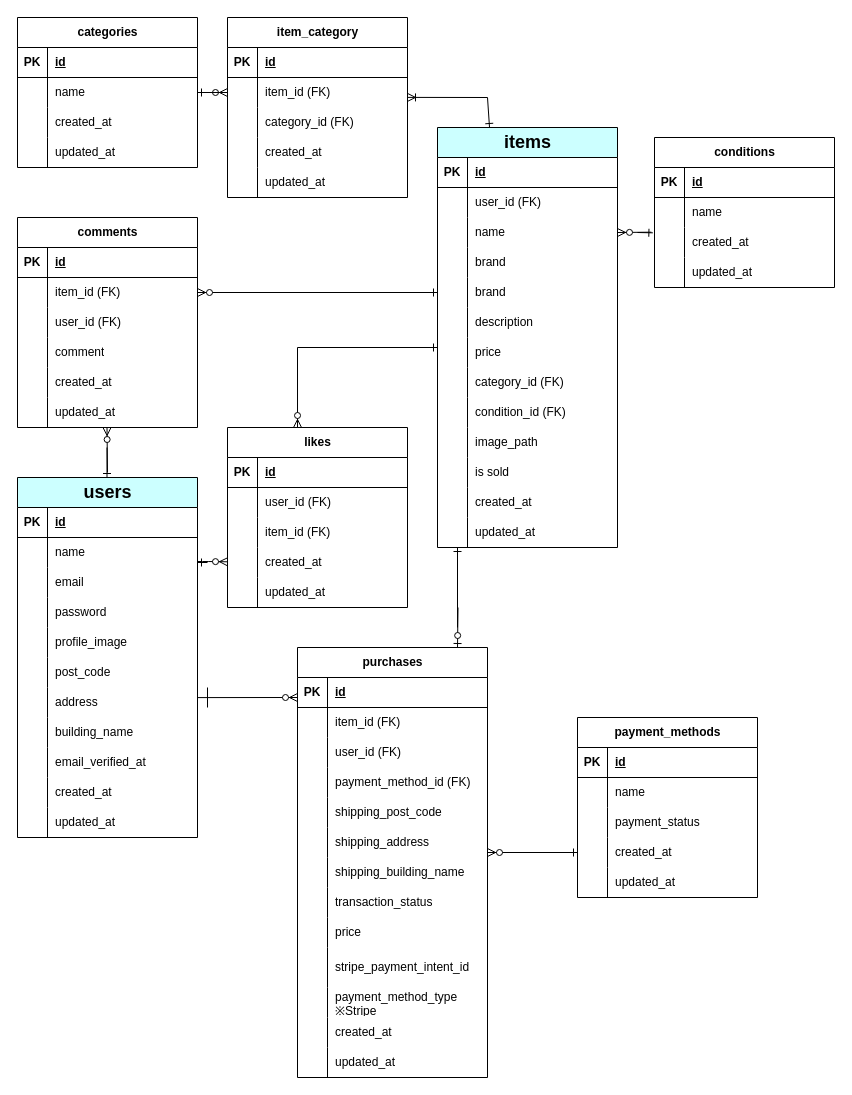
Earlier version of the draw.io diagram er-diagram.drawio (hidama-rika/coachtech-pixel-market). Source tidied: cells renumbered, new cells numbered last; positions are measured from the earlier drawing's top-left corner, leaving out a move shared by most shapes. Both pictures are drawn from the tidied source at 100%, with x=0, y=0 at pixel (17, 17).
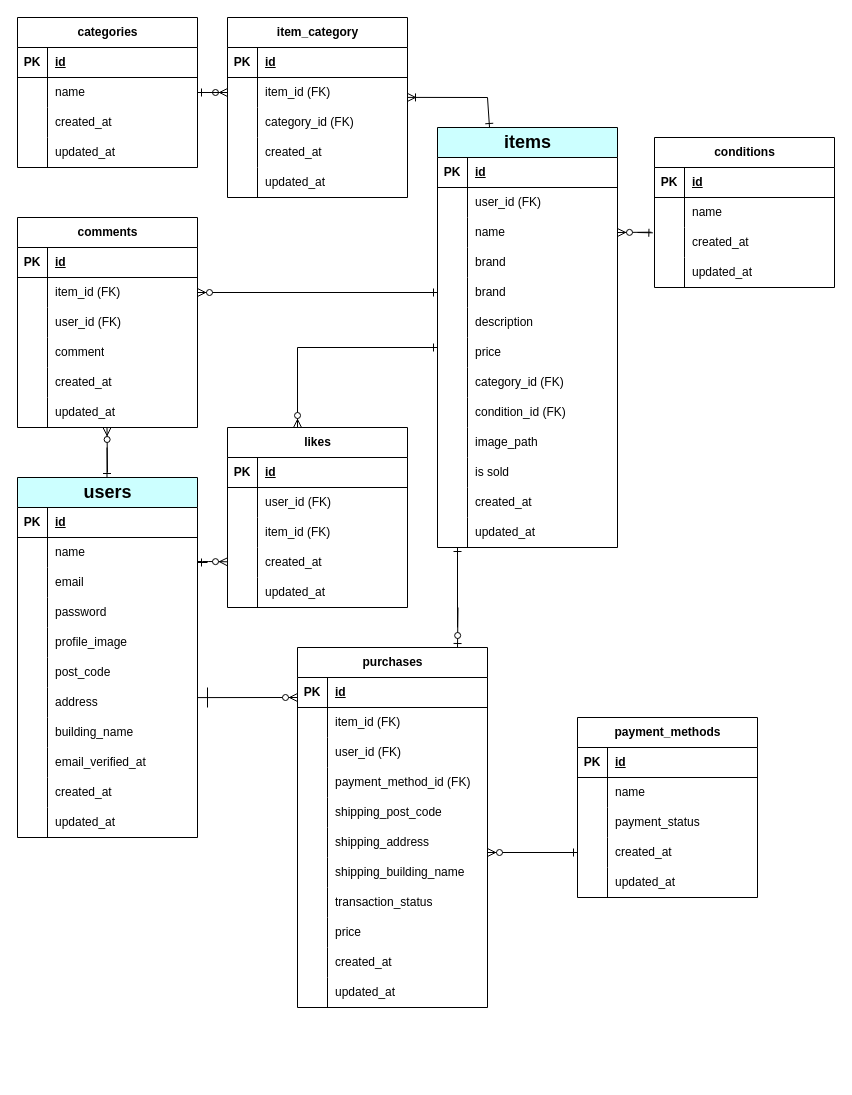
Above is the later version.

Commit message (it also covers changes not shown here):
カラム修正に伴うER図の修正

Change to the diagram source:
```diff
@@
     <mxCell id="103" value="purchases" style="shape=table;startSize=30;childLayout=tableLayout;rowLines=0;fontStyle=1;align=center;html=1;" parent="1" vertex="1">
-      <mxGeometry x="280" y="630" width="190" height="430" as="geometry" />
+      <mxGeometry x="280" y="630" width="190" height="360" as="geometry" />
     </mxCell>
@@
-    <mxCell id="131" style="shape=tableRow;horizontal=0;startSize=0;swimlaneHead=0;swimlaneBody=0;fillColor=none;top=0;left=0;right=0;bottom=0;" parent="103" vertex="1">
-      <mxGeometry y="300" width="190" height="40" as="geometry" />
-    </mxCell>
-    <mxCell id="132" style="shape=partialRectangle;fillColor=none;top=0;left=0;bottom=0;right=0;overflow=hidden;whiteSpace=wrap;html=1;" parent="131" vertex="1">
-      <mxGeometry width="30" height="40" as="geometry" />
-    </mxCell>
-    <mxCell id="133" value="stripe_payment_intent_id" style="shape=partialRectangle;fillColor=none;top=0;left=0;bottom=0;right=0;align=left;spacingLeft=6;overflow=hidden;whiteSpace=wrap;html=1;" parent="131" vertex="1">
-      <mxGeometry x="30" width="160" height="40" as="geometry" />
-    </mxCell>
-    <mxCell id="134" style="shape=tableRow;horizontal=0;startSize=0;swimlaneHead=0;swimlaneBody=0;fillColor=none;top=0;left=0;right=0;bottom=0;" parent="103" vertex="1">
-      <mxGeometry y="340" width="190" height="30" as="geometry" />
-    </mxCell>
-    <mxCell id="135" style="shape=partialRectangle;fillColor=none;top=0;left=0;bottom=0;right=0;overflow=hidden;whiteSpace=wrap;html=1;" parent="134" vertex="1">
-      <mxGeometry width="30" height="30" as="geometry" />
-    </mxCell>
-    <mxCell id="136" value="payment_method_type&lt;br&gt;※Stripe" style="shape=partialRectangle;fillColor=none;top=0;left=0;bottom=0;right=0;align=left;spacingLeft=6;overflow=hidden;whiteSpace=wrap;html=1;" parent="134" vertex="1">
-      <mxGeometry x="30" width="160" height="30" as="geometry" />
-    </mxCell>
     <mxCell id="137" style="shape=tableRow;horizontal=0;startSize=0;swimlaneHead=0;swimlaneBody=0;fillColor=none;top=0;left=0;right=0;bottom=0;" parent="103" vertex="1">
-      <mxGeometry y="370" width="190" height="30" as="geometry" />
+      <mxGeometry y="300" width="190" height="30" as="geometry" />
     </mxCell>
@@
     <mxCell id="140" style="shape=tableRow;horizontal=0;startSize=0;swimlaneHead=0;swimlaneBody=0;fillColor=none;top=0;left=0;right=0;bottom=0;" parent="103" vertex="1">
-      <mxGeometry y="400" width="190" height="30" as="geometry" />
+      <mxGeometry y="330" width="190" height="30" as="geometry" />
     </mxCell>
```
